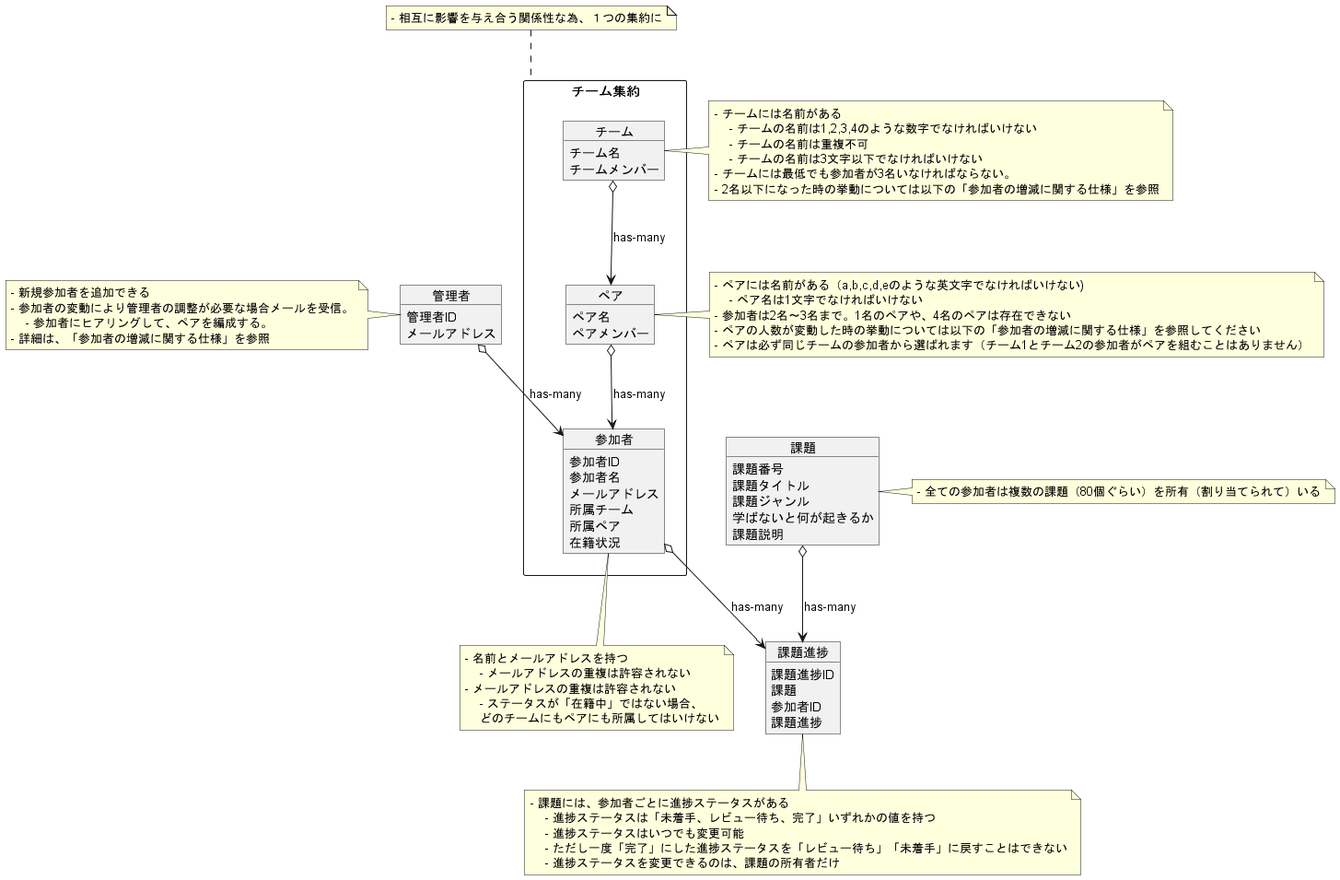
Earlier version of the PlantUML export 95IG7y3HHX7yl4/03_設計/04_特大課題：プラハチャレンジをDDDで実装してみる/ドメインモデル図/domain.png (praha-inc/praha-challenge-7).
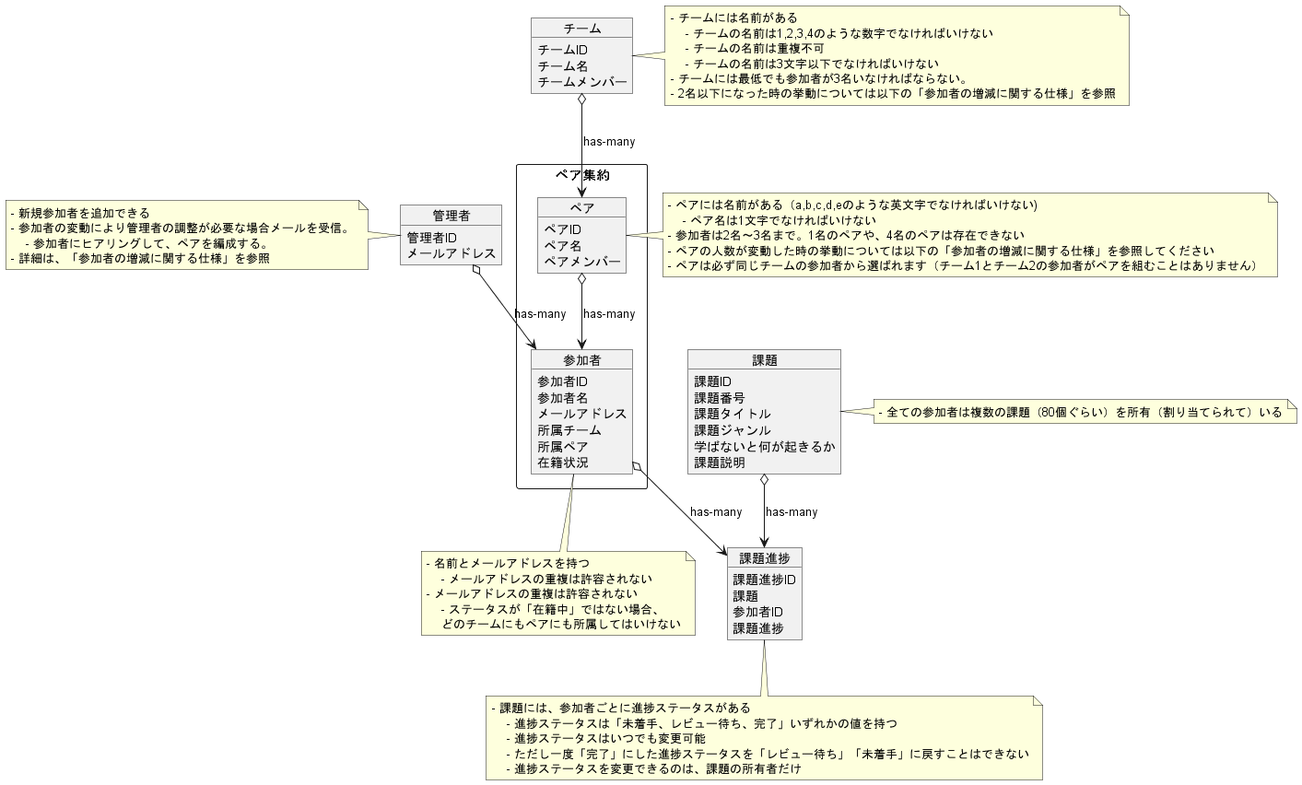
After the commit.

Commit message:
ドメインモデル図を修正

Diff of the diagram source:
```diff
@@ -13,6 +13,7 @@
 end note
 
 object 課題 {
+    課題ID
     課題番号
     課題タイトル
     課題ジャンル
@@ -39,7 +40,7 @@
     - 進捗ステータスを変更できるのは、課題の所有者だけ
 end note
 
-rectangle チーム集約 {
+rectangle ペア集約 {
     object 参加者 {
         参加者ID
         参加者名
@@ -48,14 +49,18 @@
         所属ペア
         在籍状況
     }
+
     object ペア {
+        ペアID
         ペア名
         ペアメンバー
     }
-    object チーム {
-        チーム名
-        チームメンバー
-    }
+}
+
+object チーム {
+    チームID
+    チーム名
+    チームメンバー
 }
 
 note bottom of 参加者
@@ -83,10 +88,6 @@
 - 2名以下になった時の挙動については以下の「参加者の増減に関する仕様」を参照
 end note
 
-note top of チーム集約
-- 相互に影響を与え合う関係性な為、１つの集約に
-end note
-
 管理者 o--> 参加者 : has-many
 
 参加者 o--> 課題進捗 : has-many
```
